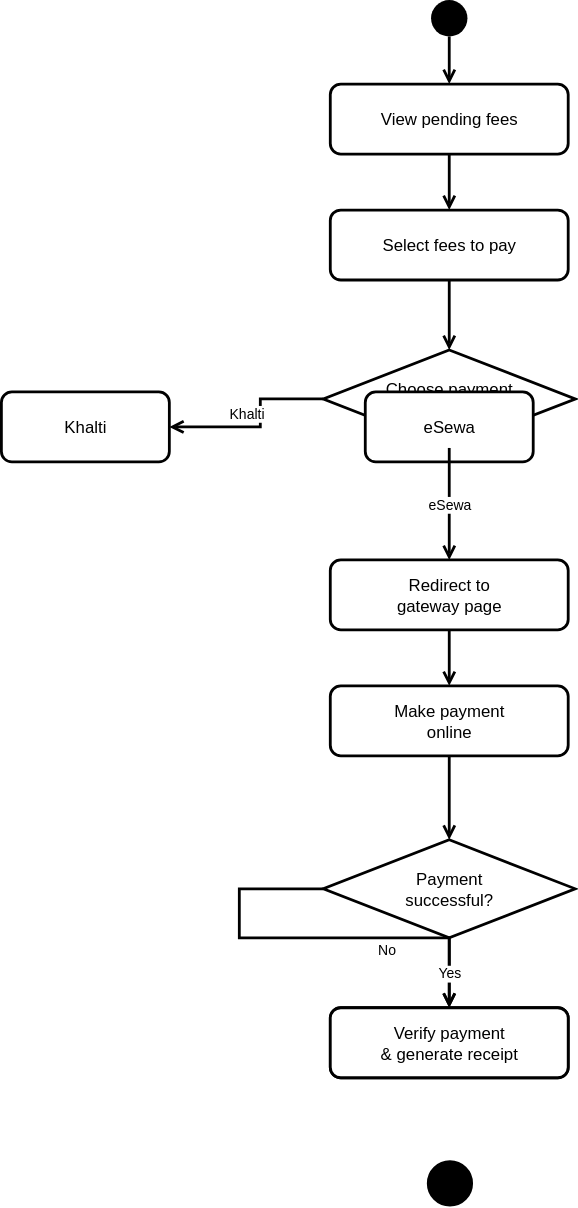
Earlier version of the draw.io export design/activity-diagrams/fee-payment-activity.svg (blissed-out/cse_220_week_8). Source tidied: cells renumbered, new cells last; positions are measured from the earlier drawing's top-left corner, leaving out a move shared by most shapes.
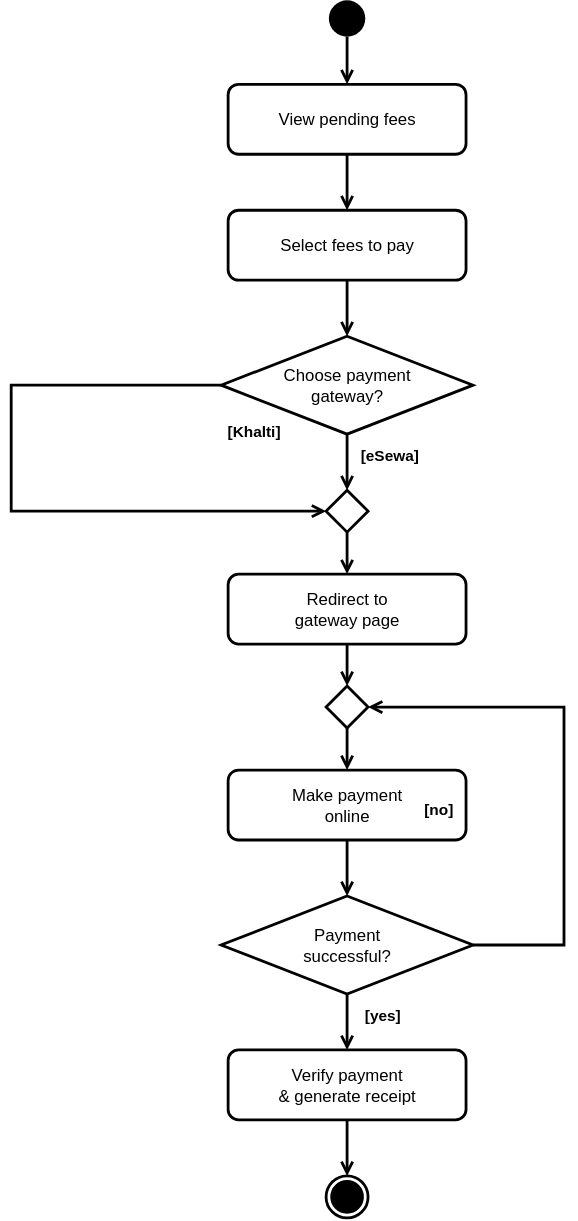
After the change.

Commit message:
fix(design): standardize fee payment activity diagram UML conventions

What changed in the source:
```diff
@@ -3,103 +3,121 @@
     <mxCell id="0" />
     <mxCell id="1" parent="0" />
     <mxCell id="2" style="ellipse;shape=ellipse;fillColor=#000000;strokeColor=none;html=1;" parent="1" vertex="1">
-      <mxGeometry x="307" width="26" height="26" as="geometry" />
+      <mxGeometry x="302" width="26" height="26" as="geometry" />
     </mxCell>
     <mxCell id="3" value="View pending fees" style="rounded=1;whiteSpace=wrap;html=1;fillColor=#ffffff;strokeColor=#000000;fontSize=12;strokeWidth=2;fontColor=#000000;" parent="1" vertex="1">
-      <mxGeometry x="235" y="60" width="170" height="50" as="geometry" />
+      <mxGeometry x="230" y="60" width="170" height="50" as="geometry" />
     </mxCell>
     <mxCell id="4" value="Select fees to pay" style="rounded=1;whiteSpace=wrap;html=1;fillColor=#ffffff;strokeColor=#000000;fontSize=12;strokeWidth=2;fontColor=#000000;" parent="1" vertex="1">
-      <mxGeometry x="235" y="150" width="170" height="50" as="geometry" />
+      <mxGeometry x="230" y="150" width="170" height="50" as="geometry" />
     </mxCell>
-    <mxCell id="5" value="Choose payment&#10;gateway" style="shape=rhombus;whiteSpace=wrap;html=1;fillColor=#ffffff;strokeColor=#000000;fontSize=12;strokeWidth=2;fontColor=#000000;" parent="1" vertex="1">
-      <mxGeometry x="230" y="250" width="180" height="70" as="geometry" />
+    <mxCell id="5" value="Choose payment&#10;gateway?" style="shape=rhombus;whiteSpace=wrap;html=1;fillColor=#ffffff;strokeColor=#000000;fontSize=12;strokeWidth=2;fontColor=#000000;" parent="1" vertex="1">
+      <mxGeometry x="225" y="240" width="180" height="70" as="geometry" />
     </mxCell>
-    <mxCell id="6" value="Khalti" style="rounded=1;whiteSpace=wrap;html=1;fillColor=#ffffff;strokeColor=#000000;fontSize=12;strokeWidth=2;fontColor=#000000;" parent="1" vertex="1">
-      <mxGeometry y="280" width="120" height="50" as="geometry" />
-    </mxCell>
-    <mxCell id="7" value="eSewa" style="rounded=1;whiteSpace=wrap;html=1;fillColor=#ffffff;strokeColor=#000000;fontSize=12;strokeWidth=2;fontColor=#000000;" parent="1" vertex="1">
-      <mxGeometry x="260" y="280" width="120" height="50" as="geometry" />
-    </mxCell>
+    <mxCell id="23" style="shape=rhombus;whiteSpace=wrap;html=1;fillColor=#ffffff;strokeColor=#000000;strokeWidth=2;" parent="1" vertex="1">
+      <mxGeometry x="300" y="350" width="30" height="30" as="geometry" />
+    </mxCell>
     <mxCell id="8" value="Redirect to&#10;gateway page" style="rounded=1;whiteSpace=wrap;html=1;fillColor=#ffffff;strokeColor=#000000;fontSize=12;strokeWidth=2;fontColor=#000000;" parent="1" vertex="1">
-      <mxGeometry x="235" y="400" width="170" height="50" as="geometry" />
+      <mxGeometry x="230" y="410" width="170" height="50" as="geometry" />
     </mxCell>
+    <mxCell id="24" style="shape=rhombus;whiteSpace=wrap;html=1;fillColor=#ffffff;strokeColor=#000000;strokeWidth=2;" parent="1" vertex="1">
+      <mxGeometry x="300" y="490" width="30" height="30" as="geometry" />
+    </mxCell>
     <mxCell id="9" value="Make payment&#10;online" style="rounded=1;whiteSpace=wrap;html=1;fillColor=#ffffff;strokeColor=#000000;fontSize=12;strokeWidth=2;fontColor=#000000;" parent="1" vertex="1">
-      <mxGeometry x="235" y="490" width="170" height="50" as="geometry" />
+      <mxGeometry x="230" y="550" width="170" height="50" as="geometry" />
     </mxCell>
     <mxCell id="10" value="Payment&#10;successful?" style="shape=rhombus;whiteSpace=wrap;html=1;fillColor=#ffffff;strokeColor=#000000;fontSize=12;strokeWidth=2;fontColor=#000000;" parent="1" vertex="1">
-      <mxGeometry x="230" y="600" width="180" height="70" as="geometry" />
+      <mxGeometry x="225" y="640" width="180" height="70" as="geometry" />
     </mxCell>
-    <mxCell id="11" value="Retry / Cancel" style="rounded=1;whiteSpace=wrap;html=1;fillColor=#ffffff;strokeColor=#000000;fontSize=12;strokeWidth=2;fontColor=#000000;" parent="1" vertex="1">
-      <mxGeometry x="235" y="720" width="170" height="50" as="geometry" />
-    </mxCell>
     <mxCell id="12" value="Verify payment&#10;&amp; generate receipt" style="rounded=1;whiteSpace=wrap;html=1;fillColor=#ffffff;strokeColor=#000000;fontSize=12;strokeWidth=2;fontColor=#000000;" parent="1" vertex="1">
-      <mxGeometry x="235" y="720" width="170" height="50" as="geometry" />
+      <mxGeometry x="230" y="750" width="170" height="50" as="geometry" />
     </mxCell>
-    <mxCell id="13" style="ellipse;shape=ellipse;fillColor=#000000;strokeColor=#000000;html=1;strokeWidth=3;" parent="1" vertex="1">
-      <mxGeometry x="305" y="830" width="30" height="30" as="geometry" />
+    <mxCell id="13" style="ellipse;html=1;shape=endState;fillColor=#000000;strokeColor=#000000;strokeWidth=2;" parent="1" vertex="1">
+      <mxGeometry x="300" y="840" width="30" height="30" as="geometry" />
     </mxCell>
     <mxCell id="14" style="endArrow=open;endFill=0;html=1;rounded=0;fontSize=10;strokeWidth=2;strokeColor=#000000;" parent="1" edge="1">
       <mxGeometry as="geometry">
-        <mxPoint x="320" y="26" as="sourcePoint" />
-        <mxPoint x="320" y="60" as="targetPoint" />
+        <mxPoint x="315" y="26" as="sourcePoint" />
+        <mxPoint x="315" y="60" as="targetPoint" />
       </mxGeometry>
     </mxCell>
     <mxCell id="15" style="endArrow=open;endFill=0;html=1;rounded=0;fontSize=10;strokeWidth=2;strokeColor=#000000;" parent="1" edge="1">
       <mxGeometry as="geometry">
-        <mxPoint x="320" y="110" as="sourcePoint" />
-        <mxPoint x="320" y="150" as="targetPoint" />
+        <mxPoint x="315" y="110" as="sourcePoint" />
+        <mxPoint x="315" y="150" as="targetPoint" />
       </mxGeometry>
     </mxCell>
     <mxCell id="16" style="endArrow=open;endFill=0;html=1;rounded=0;fontSize=10;strokeWidth=2;strokeColor=#000000;" parent="1" edge="1">
       <mxGeometry as="geometry">
-        <mxPoint x="320" y="200" as="sourcePoint" />
-        <mxPoint x="320" y="250" as="targetPoint" />
+        <mxPoint x="315" y="200" as="sourcePoint" />
+        <mxPoint x="315" y="240" as="targetPoint" />
       </mxGeometry>
     </mxCell>
-    <mxCell id="17" value="Khalti" style="endArrow=open;endFill=0;html=1;rounded=0;fontSize=10;strokeWidth=2;fontColor=#000000;strokeColor=#000000;" parent="1" edge="1">
+    <mxCell id="17" value="[Khalti]" style="endArrow=open;endFill=0;html=1;rounded=0;fontSize=11;fontColor=#000000;fontStyle=1;strokeWidth=2;strokeColor=#000000;" parent="1" edge="1">
       <mxGeometry as="geometry">
-        <mxPoint x="230" y="285" as="sourcePoint" />
-        <mxPoint x="120" y="305" as="targetPoint" />
+        <mxPoint x="225" y="275" as="sourcePoint" />
+        <mxPoint x="300" y="365" as="targetPoint" />
         <Array as="points">
-          <mxPoint x="185" y="285" />
-          <mxPoint x="185" y="305" />
+          <mxPoint x="75" y="275" />
+          <mxPoint x="75" y="365" />
         </Array>
+        <mxPoint x="-15" y="-12" as="offset" />
       </mxGeometry>
     </mxCell>
-    <mxCell id="18" value="eSewa" style="endArrow=open;endFill=0;html=1;rounded=0;fontSize=10;strokeWidth=2;fontColor=#000000;strokeColor=#000000;" parent="1" edge="1">
+    <mxCell id="18" value="[eSewa]" style="endArrow=open;endFill=0;html=1;rounded=0;fontSize=11;fontColor=#000000;fontStyle=1;strokeWidth=2;strokeColor=#000000;" parent="1" edge="1">
       <mxGeometry as="geometry">
-        <mxPoint x="320" y="320" as="sourcePoint" />
-        <mxPoint x="320" y="400" as="targetPoint" />
+        <mxPoint x="315" y="310" as="sourcePoint" />
+        <mxPoint x="315" y="350" as="targetPoint" />
+        <mxPoint x="30" y="-5" as="offset" />
       </mxGeometry>
     </mxCell>
     <mxCell id="19" style="endArrow=open;endFill=0;html=1;rounded=0;fontSize=10;strokeWidth=2;strokeColor=#000000;" parent="1" edge="1">
       <mxGeometry as="geometry">
-        <mxPoint x="320" y="450" as="sourcePoint" />
-        <mxPoint x="320" y="490" as="targetPoint" />
+        <mxPoint x="315" y="380" as="sourcePoint" />
+        <mxPoint x="315" y="410" as="targetPoint" />
       </mxGeometry>
     </mxCell>
     <mxCell id="20" style="endArrow=open;endFill=0;html=1;rounded=0;fontSize=10;strokeWidth=2;strokeColor=#000000;" parent="1" edge="1">
       <mxGeometry as="geometry">
-        <mxPoint x="320" y="540" as="sourcePoint" />
-        <mxPoint x="320" y="600" as="targetPoint" />
+        <mxPoint x="315" y="460" as="sourcePoint" />
+        <mxPoint x="315" y="490" as="targetPoint" />
       </mxGeometry>
     </mxCell>
-    <mxCell id="21" value="No" style="endArrow=open;endFill=0;html=1;rounded=0;fontSize=10;strokeWidth=2;fontColor=#000000;strokeColor=#000000;" parent="1" edge="1">
+    <mxCell id="21" style="endArrow=open;endFill=0;html=1;rounded=0;fontSize=10;strokeWidth=2;strokeColor=#000000;" parent="1" edge="1">
       <mxGeometry as="geometry">
-        <mxPoint x="230" y="635" as="sourcePoint" />
-        <mxPoint x="320" y="720" as="targetPoint" />
-        <Array as="points">
-          <mxPoint x="170" y="635" />
-          <mxPoint x="170" y="670" />
-          <mxPoint x="320" y="670" />
-        </Array>
+        <mxPoint x="315" y="520" as="sourcePoint" />
+        <mxPoint x="315" y="550" as="targetPoint" />
       </mxGeometry>
     </mxCell>
-    <mxCell id="22" value="Yes" style="endArrow=open;endFill=0;html=1;rounded=0;fontSize=10;strokeWidth=2;fontColor=#000000;strokeColor=#000000;" parent="1" edge="1">
+    <mxCell id="22" style="endArrow=open;endFill=0;html=1;rounded=0;fontSize=10;strokeWidth=2;strokeColor=#000000;" parent="1" edge="1">
       <mxGeometry as="geometry">
-        <mxPoint x="320" y="670" as="sourcePoint" />
-        <mxPoint x="320" y="720" as="targetPoint" />
+        <mxPoint x="315" y="600" as="sourcePoint" />
+        <mxPoint x="315" y="640" as="targetPoint" />
       </mxGeometry>
     </mxCell>
+    <mxCell id="25" value="[no]" style="endArrow=open;endFill=0;html=1;rounded=0;fontSize=11;fontColor=#000000;fontStyle=1;strokeWidth=2;strokeColor=#000000;" parent="1" edge="1">
+      <mxGeometry as="geometry">
+        <mxPoint x="405" y="675" as="sourcePoint" />
+        <mxPoint x="330" y="505" as="targetPoint" />
+        <Array as="points">
+          <mxPoint x="470" y="675" />
+          <mxPoint x="470" y="505" />
+        </Array>
+        <mxPoint x="12" y="-12" as="offset" />
+      </mxGeometry>
+    </mxCell>
+    <mxCell id="26" value="[yes]" style="endArrow=open;endFill=0;html=1;rounded=0;fontSize=11;fontColor=#000000;fontStyle=1;strokeWidth=2;strokeColor=#000000;" parent="1" edge="1">
+      <mxGeometry as="geometry">
+        <mxPoint x="315" y="710" as="sourcePoint" />
+        <mxPoint x="315" y="750" as="targetPoint" />
+        <mxPoint x="25" y="-5" as="offset" />
+      </mxGeometry>
+    </mxCell>
+    <mxCell id="27" style="endArrow=open;endFill=0;html=1;rounded=0;fontSize=10;strokeWidth=2;strokeColor=#000000;" parent="1" edge="1">
+      <mxGeometry as="geometry">
+        <mxPoint x="315" y="800" as="sourcePoint" />
+        <mxPoint x="315" y="840" as="targetPoint" />
+      </mxGeometry>
+    </mxCell>
   </root>
 </mxGraphModel>
```
